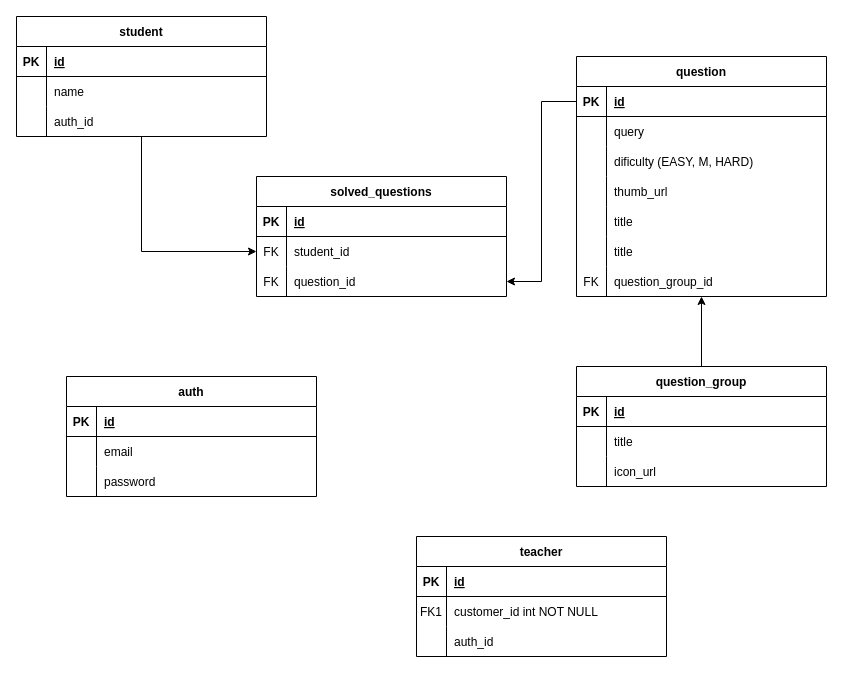
jnaps12/Diagramas keeps this draw.io diagram as learning_queries.drawio. Above is the earlier version. Source tidied: cells renumbered, new cells numbered last; positions are measured from the earlier drawing's top-left corner, leaving out a move shared by most shapes. Both pictures are drawn from the tidied source at 100%, with x=0, y=0 at pixel (16, 16).
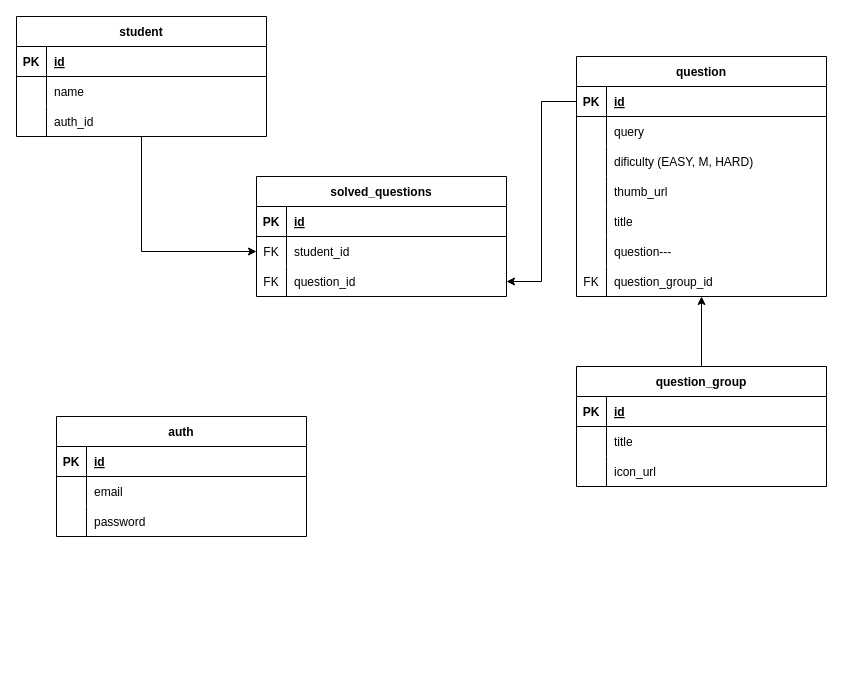
Above is the later version.

Unchanged cells that the change refers to:
```xml
<mxCell id="28" style="shape=partialRectangle;fillColor=none;top=0;left=0;right=0;bottom=0;" parent="12" vertex="1">
  <mxGeometry y="180" width="250" height="30" as="geometry" />
</mxCell>
```

The edit, as a diff of the source:
```diff
@@
-    <mxCell id="2" value="teacher" style="shape=table;startSize=30;childLayout=tableLayout;rowLines=0;fontStyle=1;align=center;" parent="1" vertex="1">
-      <mxGeometry x="400" y="520" width="250" height="120" as="geometry" />
-    </mxCell>
-    <mxCell id="3" style="shape=partialRectangle;fillColor=none;top=0;left=0;right=0;bottom=1;" parent="2" vertex="1">
-      <mxGeometry y="30" width="250" height="30" as="geometry" />
-    </mxCell>
-    <mxCell id="4" value="PK" style="shape=partialRectangle;overflow=hidden;fillColor=none;top=0;left=0;bottom=0;right=0;fontStyle=1;" parent="3" vertex="1">
-      <mxGeometry width="30" height="30" as="geometry" />
-    </mxCell>
-    <mxCell id="5" value="id" style="shape=partialRectangle;overflow=hidden;fillColor=none;top=0;left=0;bottom=0;right=0;align=left;spacingLeft=6;fontStyle=5;" parent="3" vertex="1">
-      <mxGeometry x="30" width="220" height="30" as="geometry" />
-    </mxCell>
-    <mxCell id="6" style="shape=partialRectangle;fillColor=none;top=0;left=0;right=0;bottom=0;" parent="2" vertex="1">
-      <mxGeometry y="60" width="250" height="30" as="geometry" />
-    </mxCell>
-    <mxCell id="7" value="FK1" style="shape=partialRectangle;overflow=hidden;fillColor=none;top=0;left=0;bottom=0;right=0;" parent="6" vertex="1">
-      <mxGeometry width="30" height="30" as="geometry" />
-    </mxCell>
-    <mxCell id="8" value="customer_id int NOT NULL" style="shape=partialRectangle;overflow=hidden;fillColor=none;top=0;left=0;bottom=0;right=0;align=left;spacingLeft=6;" parent="6" vertex="1">
-      <mxGeometry x="30" width="220" height="30" as="geometry" />
-    </mxCell>
-    <mxCell id="9" style="shape=partialRectangle;fillColor=none;top=0;left=0;right=0;bottom=0;" parent="2" vertex="1">
-      <mxGeometry y="90" width="250" height="30" as="geometry" />
-    </mxCell>
-    <mxCell id="10" style="shape=partialRectangle;overflow=hidden;fillColor=none;top=0;left=0;bottom=0;right=0;" parent="9" vertex="1">
-      <mxGeometry width="30" height="30" as="geometry" />
-    </mxCell>
-    <mxCell id="11" value="auth_id" style="shape=partialRectangle;overflow=hidden;fillColor=none;top=0;left=0;bottom=0;right=0;align=left;spacingLeft=6;" parent="9" vertex="1">
-      <mxGeometry x="30" width="220" height="30" as="geometry" />
-    </mxCell>
@@
-    <mxCell id="30" value="title" style="shape=partialRectangle;overflow=hidden;fillColor=none;top=0;left=0;bottom=0;right=0;align=left;spacingLeft=6;" parent="28" vertex="1">
+    <mxCell id="30" value="question---" style="shape=partialRectangle;overflow=hidden;fillColor=none;top=0;left=0;bottom=0;right=0;align=left;spacingLeft=6;" parent="28" vertex="1">
       <mxGeometry x="30" width="220" height="30" as="geometry" />
     </mxCell>
@@
     <mxCell id="67" value="auth" style="shape=table;startSize=30;childLayout=tableLayout;rowLines=0;fontStyle=1;align=center;" parent="1" vertex="1">
-      <mxGeometry x="50" y="360" width="250" height="120" as="geometry" />
+      <mxGeometry x="40" y="400" width="250" height="120" as="geometry" />
     </mxCell>
```
